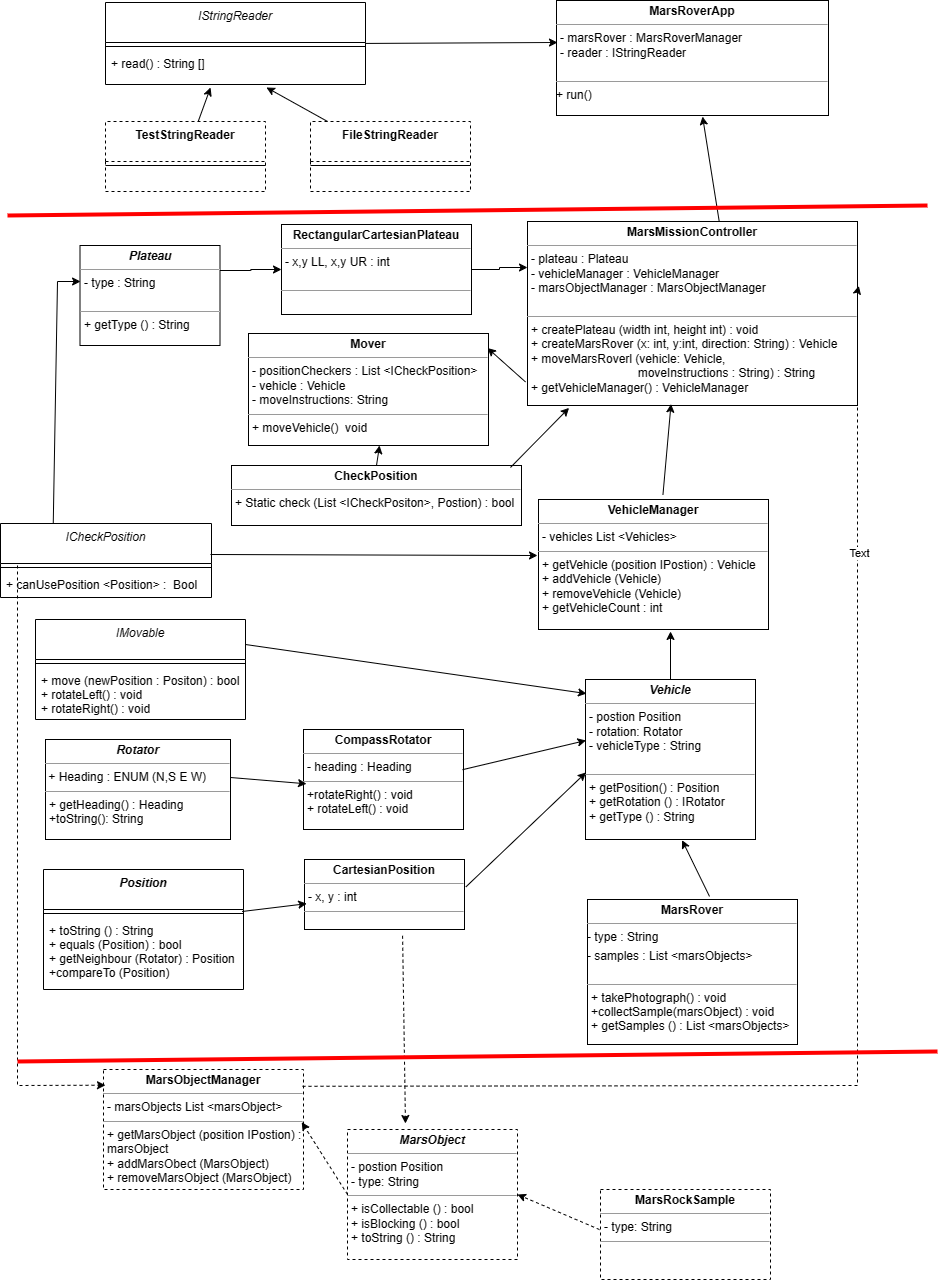
adeyatz/melody-mars-rover-app keeps this draw.io diagram as Docs/Melody Mars Rover UML v4.png. Above is the earlier version. Source tidied: cells renumbered, new cells last; positions are measured from the earlier drawing's top-left corner, leaving out a move shared by most shapes.
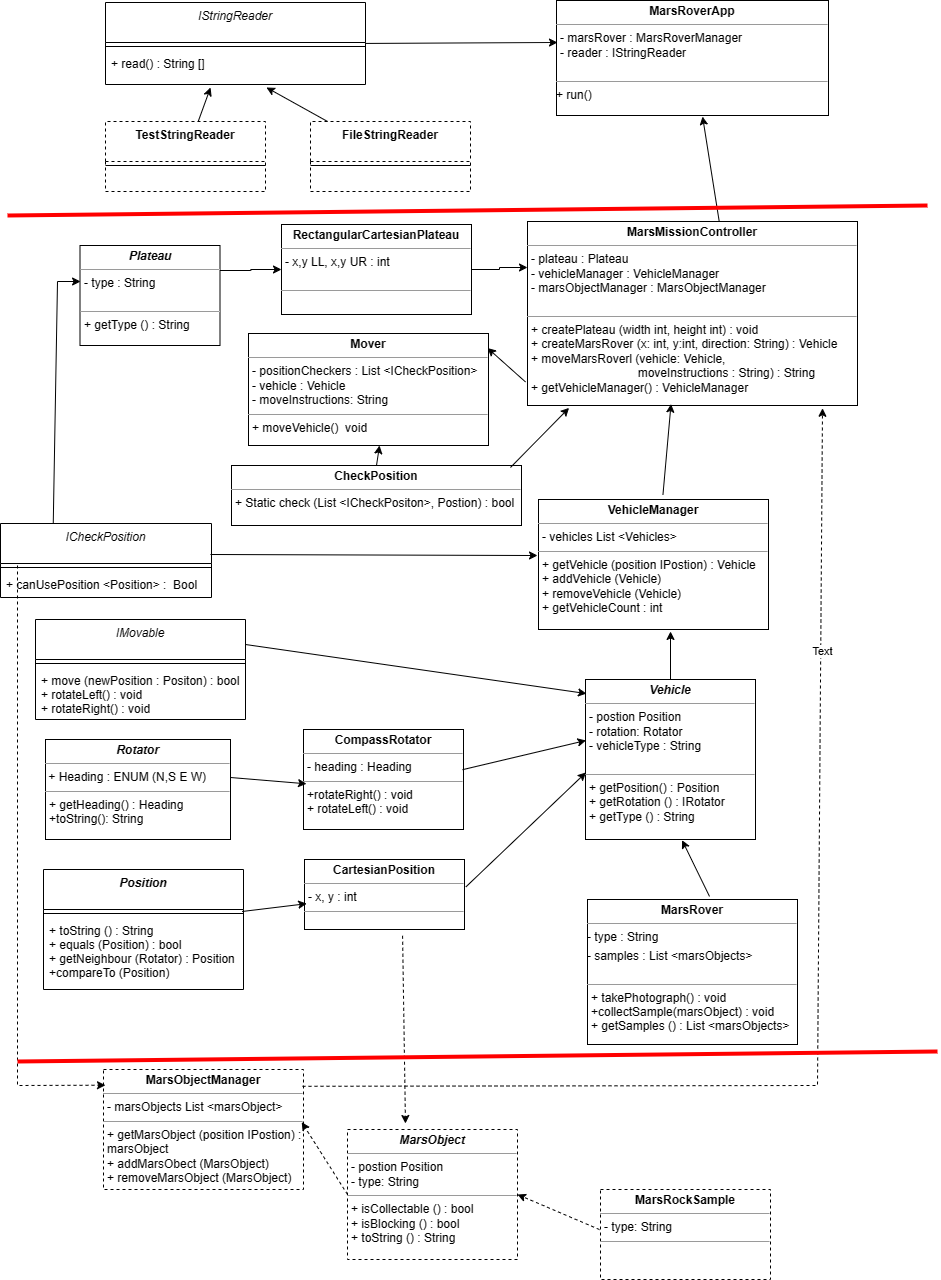
Above is the later version.

Diff of the diagram source:
```diff
@@ -119,11 +119,10 @@
     <mxCell id="39" style="endArrow=classic;html=1;rounded=0;exitX=0;exitY=0.5;exitDx=0;exitDy=0;entryX=0.991;entryY=0.439;entryDx=0;entryDy=0;entryPerimeter=0;dashed=1;" parent="1" edge="1" source="38" target="37">
       <mxGeometry relative="1" as="geometry" />
     </mxCell>
-    <mxCell id="40" style="endArrow=classic;html=1;rounded=0;entryX=1.004;entryY=0.35;entryDx=0;entryDy=0;dashed=1;entryPerimeter=0;exitX=0.995;exitY=0.14;exitDx=0;exitDy=0;exitPerimeter=0;" parent="1" edge="1" source="37" target="11">
+    <mxCell id="40" style="endArrow=classic;html=1;rounded=0;entryX=0.894;entryY=1.015;entryDx=0;entryDy=0;dashed=1;entryPerimeter=0;exitX=0.995;exitY=0.14;exitDx=0;exitDy=0;exitPerimeter=0;" parent="1" edge="1" source="37" target="11">
       <mxGeometry relative="1" as="geometry">
         <Array as="points">
-          <mxPoint x="857" y="1085" />
-          <mxPoint x="857" y="291" />
+          <mxPoint x="817" y="1085" />
         </Array>
       </mxGeometry>
     </mxCell>
```
